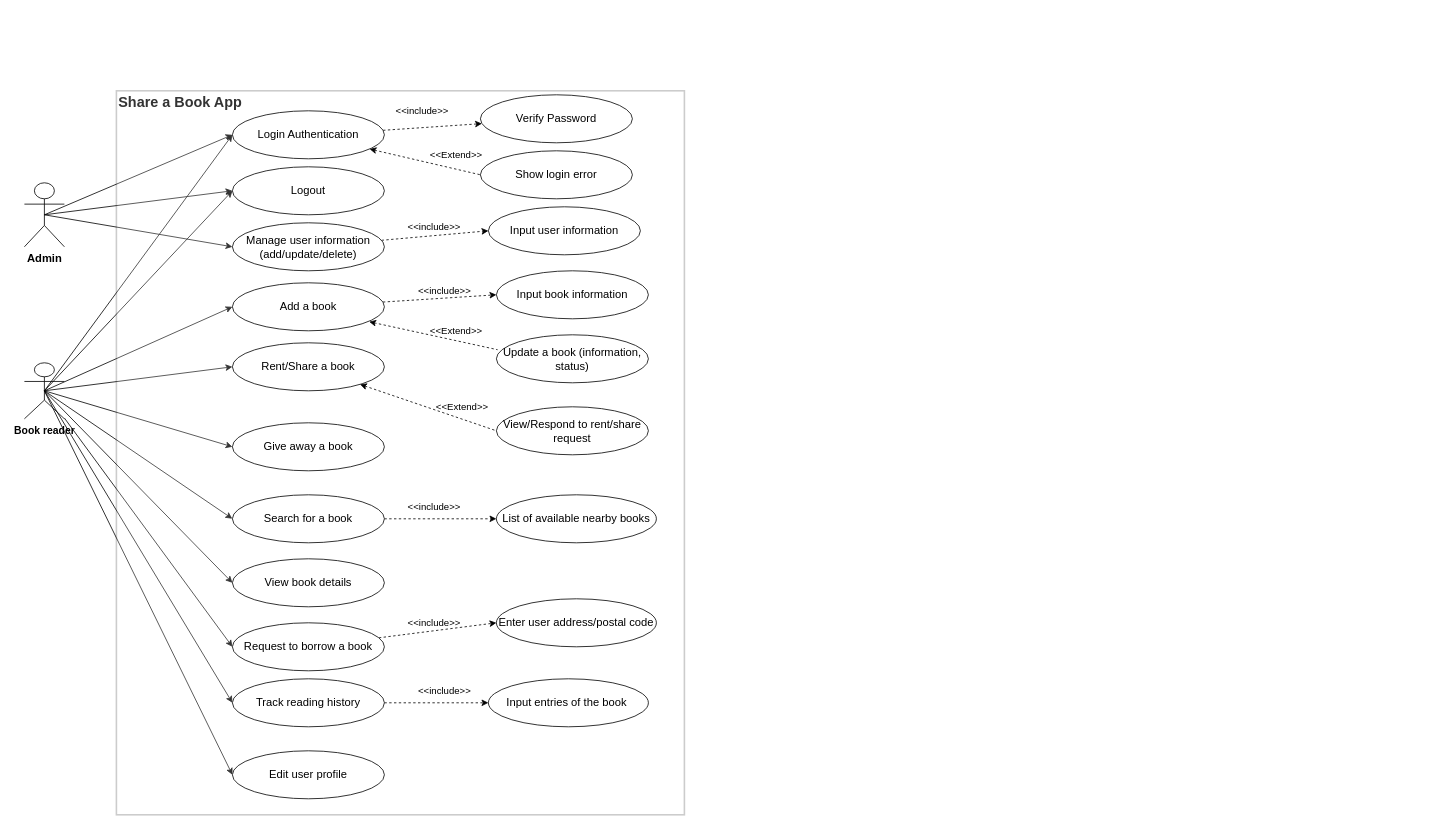
Minh-BuiQuang/CSIS3175TermProject keeps this draw.io diagram as BluePrint/UsecaseDiagram.drawio. Above is the earlier version. Source tidied: cells renumbered, new cells numbered last; positions are measured from the earlier drawing's top-left corner, leaving out a move shared by most shapes. Both pictures are drawn from the tidied source at 80%, with x=0, y=0 at pixel (24, 90).
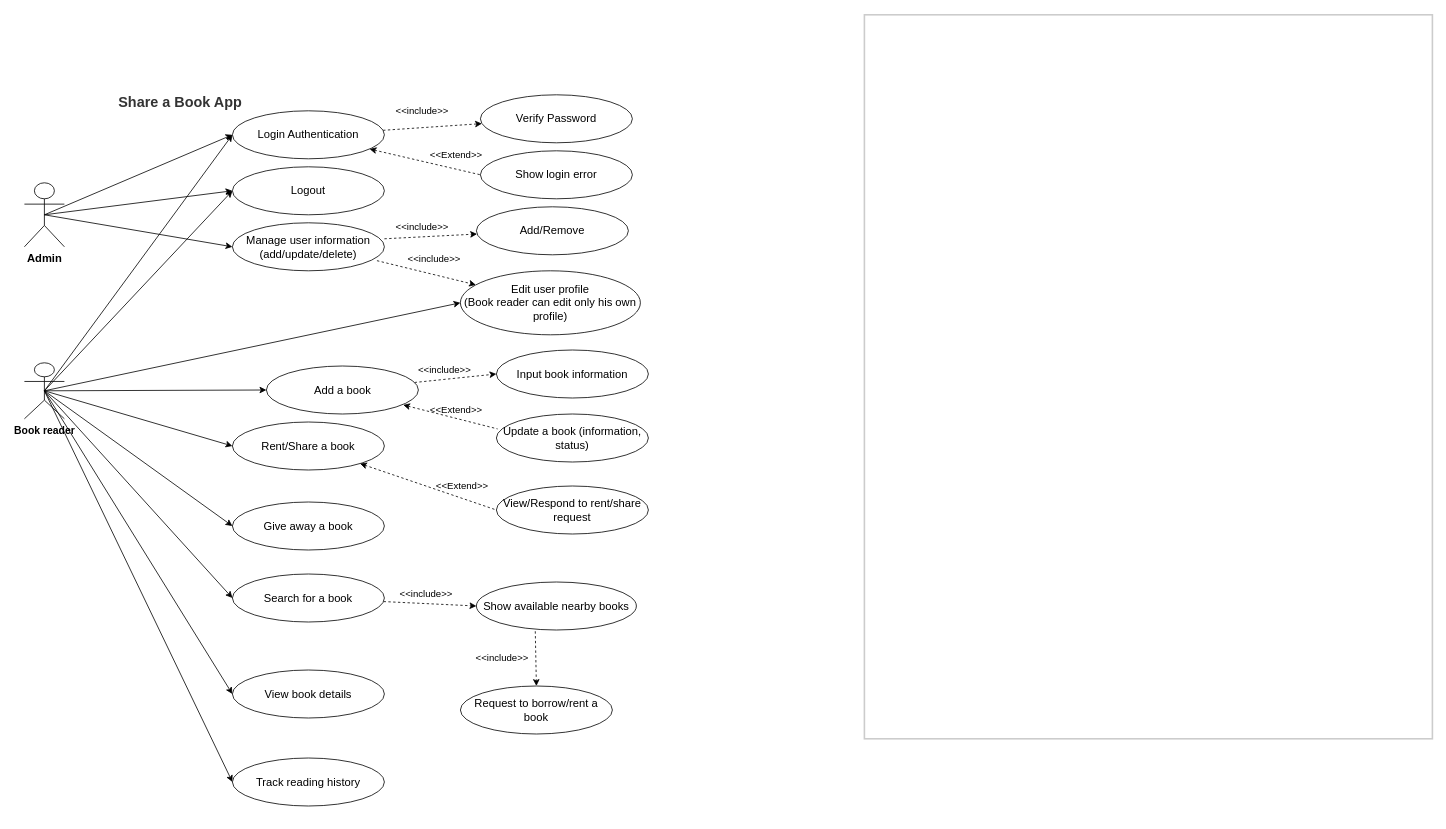
The same diagram, later.

Commit message:
Update usecase diagram

The change refers to these unchanged cells:
```xml
<mxCell id="16" value="Book reader" style="shape=umlActor;verticalLabelPosition=bottom;verticalAlign=top;html=1;outlineConnect=0;fontSize=13;fontStyle=1;" parent="1" vertex="1">
  <mxGeometry y="340" width="50" height="70" as="geometry" />
</mxCell>
<mxCell id="28" value="Manage user information (add/update/delete)" style="ellipse;whiteSpace=wrap;html=1;fontSize=14;" parent="1" vertex="1">
  <mxGeometry x="260" y="165" width="190" height="60" as="geometry" />
</mxCell>
```

What changed in the source:
```diff
@@
-    <mxCell id="9" style="edgeStyle=none;rounded=0;jettySize=auto;html=1;exitX=0.5;exitY=0.5;exitDx=0;exitDy=0;exitPerimeter=0;entryX=0.591;entryY=0.796;entryDx=0;entryDy=0;entryPerimeter=0;startArrow=none;startFill=0;endArrow=classic;endFill=1;" parent="1" edge="1" source="16" target="17">
+    <mxCell id="9" style="edgeStyle=none;rounded=0;jettySize=auto;html=1;exitX=0.5;exitY=0.5;exitDx=0;exitDy=0;exitPerimeter=0;entryX=0;entryY=0.5;entryDx=0;entryDy=0;startArrow=none;startFill=0;endArrow=classic;endFill=1;" parent="1" edge="1" source="16" target="31">
       <mxGeometry relative="1" as="geometry" />
     </mxCell>
@@
-    <mxCell id="11" style="edgeStyle=none;rounded=0;jettySize=auto;html=1;entryX=0;entryY=0.5;entryDx=0;entryDy=0;startArrow=none;startFill=0;endArrow=classic;endFill=1;" parent="1" edge="1" source="16" target="34">
-      <mxGeometry relative="1" as="geometry" />
-    </mxCell>
@@
     <mxCell id="17" style="rounded=0;whiteSpace=wrap;html=1;fontSize=14;direction=south;opacity=20;strokeWidth=2;" parent="1" vertex="1">
-      <mxGeometry x="115" width="710" height="905" as="geometry" />
+      <mxGeometry x="1050" y="-95" width="710" height="905" as="geometry" />
     </mxCell>
@@
     <mxCell id="23" value="Add a book" style="ellipse;whiteSpace=wrap;html=1;fontSize=14;" parent="1" vertex="1">
-      <mxGeometry x="260" y="240" width="190" height="60" as="geometry" />
+      <mxGeometry x="302.5" y="344" width="190" height="60" as="geometry" />
     </mxCell>
     <mxCell id="24" value="Update a book (information, status)" style="ellipse;whiteSpace=wrap;html=1;fontSize=14;" parent="1" vertex="1">
-      <mxGeometry x="590" y="305" width="190" height="60" as="geometry" />
+      <mxGeometry x="590" y="404" width="190" height="60" as="geometry" />
     </mxCell>
     <mxCell id="25" value="Rent/Share a book" style="ellipse;whiteSpace=wrap;html=1;fontSize=14;" parent="1" vertex="1">
-      <mxGeometry x="260" y="315" width="190" height="60" as="geometry" />
+      <mxGeometry x="260" y="414" width="190" height="60" as="geometry" />
     </mxCell>
     <mxCell id="26" value="Give away a book" style="ellipse;whiteSpace=wrap;html=1;fontSize=14;" parent="1" vertex="1">
-      <mxGeometry x="260" y="415" width="190" height="60" as="geometry" />
+      <mxGeometry x="260" y="514" width="190" height="60" as="geometry" />
     </mxCell>
-    <mxCell id="27" style="edgeStyle=none;rounded=0;jettySize=auto;html=1;entryX=0;entryY=0.5;entryDx=0;entryDy=0;dashed=1;startArrow=none;startFill=0;endArrow=classic;endFill=1;" parent="1" edge="1" source="28" target="51">
-      <mxGeometry relative="1" as="geometry" />
-    </mxCell>
+    <mxCell id="58" style="rounded=0;jettySize=auto;html=1;dashed=1;startArrow=none;exitX=0.951;exitY=0.789;exitDx=0;exitDy=0;exitPerimeter=0;" parent="1" edge="1" source="28" target="37">
+      <mxGeometry relative="1" as="geometry" />
+    </mxCell>
+    <mxCell id="59" style="edgeStyle=none;rounded=0;jettySize=auto;html=1;dashed=1;startArrow=none;exitX=1;exitY=0.333;exitDx=0;exitDy=0;exitPerimeter=0;" parent="1" edge="1" source="28" target="60">
+      <mxGeometry relative="1" as="geometry" />
+    </mxCell>
@@
     <mxCell id="29" value="View/Respond to rent/share request" style="ellipse;whiteSpace=wrap;html=1;fontSize=14;" parent="1" vertex="1">
-      <mxGeometry x="590" y="395" width="190" height="60" as="geometry" />
+      <mxGeometry x="590" y="494" width="190" height="60" as="geometry" />
     </mxCell>
@@
     <mxCell id="31" value="Search for a book" style="ellipse;whiteSpace=wrap;html=1;fontSize=14;" parent="1" vertex="1">
-      <mxGeometry x="260" y="505" width="190" height="60" as="geometry" />
+      <mxGeometry x="260" y="604" width="190" height="60" as="geometry" />
     </mxCell>
     <mxCell id="32" value="View book details" style="ellipse;whiteSpace=wrap;html=1;fontSize=14;" parent="1" vertex="1">
-      <mxGeometry x="260" y="585" width="190" height="60" as="geometry" />
+      <mxGeometry x="260" y="724" width="190" height="60" as="geometry" />
     </mxCell>
-    <mxCell id="33" style="edgeStyle=none;rounded=0;jettySize=auto;html=1;entryX=0;entryY=0.5;entryDx=0;entryDy=0;dashed=1;startArrow=none;startFill=0;endArrow=classic;endFill=1;" parent="1" edge="1" source="34" target="56">
-      <mxGeometry relative="1" as="geometry" />
-    </mxCell>
-    <mxCell id="34" value="Request to borrow a book" style="ellipse;whiteSpace=wrap;html=1;fontSize=14;" parent="1" vertex="1">
-      <mxGeometry x="260" y="665" width="190" height="60" as="geometry" />
+    <mxCell id="34" value="Request to borrow/rent a book" style="ellipse;whiteSpace=wrap;html=1;fontSize=14;" parent="1" vertex="1">
+      <mxGeometry x="545" y="744" width="190" height="60" as="geometry" />
     </mxCell>
-    <mxCell id="35" style="edgeStyle=none;rounded=0;jettySize=auto;html=1;dashed=1;startArrow=none;startFill=0;endArrow=classic;endFill=1;" parent="1" edge="1" source="36" target="53">
-      <mxGeometry relative="1" as="geometry" />
-    </mxCell>
     <mxCell id="36" value="Track reading history" style="ellipse;whiteSpace=wrap;html=1;fontSize=14;" parent="1" vertex="1">
-      <mxGeometry x="260" y="735" width="190" height="60" as="geometry" />
+      <mxGeometry x="260" y="834" width="190" height="60" as="geometry" />
     </mxCell>
-    <mxCell id="37" value="Edit user profile" style="ellipse;whiteSpace=wrap;html=1;fontSize=14;" parent="1" vertex="1">
-      <mxGeometry x="260" y="825" width="190" height="60" as="geometry" />
+    <mxCell id="37" value="Edit user profile&lt;br&gt;(Book reader can edit only his own profile)" style="ellipse;whiteSpace=wrap;html=1;fontSize=14;" parent="1" vertex="1">
+      <mxGeometry x="545" y="225" width="225" height="80" as="geometry" />
     </mxCell>
@@
     <mxCell id="43" value="Input book information" style="ellipse;whiteSpace=wrap;html=1;fontSize=14;" parent="1" vertex="1">
-      <mxGeometry x="590" y="225" width="190" height="60" as="geometry" />
+      <mxGeometry x="590" y="324" width="190" height="60" as="geometry" />
     </mxCell>
     <mxCell id="44" value="&amp;lt;&amp;lt;include&amp;gt;&amp;gt;" style="text;html=1;strokeColor=none;fillColor=none;align=center;verticalAlign=middle;whiteSpace=wrap;rounded=0;" parent="1" vertex="1">
-      <mxGeometry x="492.5" y="235" width="65" height="30" as="geometry" />
+      <mxGeometry x="492.5" y="334" width="65" height="30" as="geometry" />
     </mxCell>
     <mxCell id="45" value="&amp;lt;&amp;lt;Extend&amp;gt;&amp;gt;" style="text;html=1;strokeColor=none;fillColor=none;align=center;verticalAlign=middle;whiteSpace=wrap;rounded=0;" parent="1" vertex="1">
-      <mxGeometry x="500" y="285" width="80" height="30" as="geometry" />
+      <mxGeometry x="500" y="384" width="80" height="30" as="geometry" />
     </mxCell>
@@
     <mxCell id="47" value="&amp;lt;&amp;lt;Extend&amp;gt;&amp;gt;" style="text;html=1;strokeColor=none;fillColor=none;align=center;verticalAlign=middle;whiteSpace=wrap;rounded=0;" parent="1" vertex="1">
-      <mxGeometry x="515" y="380" width="65" height="30" as="geometry" />
+      <mxGeometry x="515" y="479" width="65" height="30" as="geometry" />
     </mxCell>
@@
-    <mxCell id="49" value="List of available nearby books" style="ellipse;whiteSpace=wrap;html=1;fontSize=14;" parent="1" vertex="1">
-      <mxGeometry x="590" y="505" width="200" height="60" as="geometry" />
+    <mxCell id="49" value="Show available nearby books" style="ellipse;whiteSpace=wrap;html=1;fontSize=14;" parent="1" vertex="1">
+      <mxGeometry x="565" y="614" width="200" height="60" as="geometry" />
     </mxCell>
     <mxCell id="50" value="&amp;lt;&amp;lt;include&amp;gt;&amp;gt;" style="text;html=1;strokeColor=none;fillColor=none;align=center;verticalAlign=middle;whiteSpace=wrap;rounded=0;" parent="1" vertex="1">
-      <mxGeometry x="480" y="505" width="65" height="30" as="geometry" />
+      <mxGeometry x="470" y="614" width="65" height="30" as="geometry" />
     </mxCell>
-    <mxCell id="51" value="Input user information" style="ellipse;whiteSpace=wrap;html=1;fontSize=14;" parent="1" vertex="1">
-      <mxGeometry x="580" y="145" width="190" height="60" as="geometry" />
-    </mxCell>
-    <mxCell id="52" value="&amp;lt;&amp;lt;include&amp;gt;&amp;gt;" style="text;html=1;strokeColor=none;fillColor=none;align=center;verticalAlign=middle;whiteSpace=wrap;rounded=0;" parent="1" vertex="1">
-      <mxGeometry x="480" y="155" width="65" height="30" as="geometry" />
-    </mxCell>
-    <mxCell id="53" value="Input entries of the book&amp;nbsp;" style="ellipse;whiteSpace=wrap;html=1;fontSize=14;" parent="1" vertex="1">
-      <mxGeometry x="580" y="735" width="200" height="60" as="geometry" />
-    </mxCell>
-    <mxCell id="54" value="&amp;lt;&amp;lt;include&amp;gt;&amp;gt;" style="text;html=1;strokeColor=none;fillColor=none;align=center;verticalAlign=middle;whiteSpace=wrap;rounded=0;" parent="1" vertex="1">
-      <mxGeometry x="492.5" y="735" width="65" height="30" as="geometry" />
-    </mxCell>
@@
-    <mxCell id="56" value="Enter user address/postal code" style="ellipse;whiteSpace=wrap;html=1;fontSize=14;" parent="1" vertex="1">
-      <mxGeometry x="590" y="635" width="200" height="60" as="geometry" />
-    </mxCell>
-    <mxCell id="57" value="&amp;lt;&amp;lt;include&amp;gt;&amp;gt;" style="text;html=1;strokeColor=none;fillColor=none;align=center;verticalAlign=middle;whiteSpace=wrap;rounded=0;" parent="1" vertex="1">
-      <mxGeometry x="480" y="650" width="65" height="30" as="geometry" />
-    </mxCell>
+    <mxCell id="60" value="Add/Remove" style="ellipse;whiteSpace=wrap;html=1;fontSize=14;" parent="1" vertex="1">
+      <mxGeometry x="565" y="145" width="190" height="60" as="geometry" />
+    </mxCell>
+    <mxCell id="61" value="&amp;lt;&amp;lt;include&amp;gt;&amp;gt;" style="text;html=1;strokeColor=none;fillColor=none;align=center;verticalAlign=middle;whiteSpace=wrap;rounded=0;" parent="1" vertex="1">
+      <mxGeometry x="480" y="195" width="65" height="30" as="geometry" />
+    </mxCell>
+    <mxCell id="62" style="edgeStyle=none;rounded=0;jettySize=auto;html=1;entryX=0.5;entryY=0;entryDx=0;entryDy=0;dashed=1;startArrow=none;startFill=0;endArrow=classic;endFill=1;exitX=0.368;exitY=1.026;exitDx=0;exitDy=0;exitPerimeter=0;" parent="1" edge="1" source="49" target="34">
+      <mxGeometry relative="1" as="geometry" />
+    </mxCell>
+    <mxCell id="63" value="&amp;lt;&amp;lt;include&amp;gt;&amp;gt;" style="text;html=1;strokeColor=none;fillColor=none;align=center;verticalAlign=middle;whiteSpace=wrap;rounded=0;" parent="1" vertex="1">
+      <mxGeometry x="565" y="694" width="65" height="30" as="geometry" />
+    </mxCell>
+    <mxCell id="64" value="&amp;lt;&amp;lt;include&amp;gt;&amp;gt;" style="text;html=1;strokeColor=none;fillColor=none;align=center;verticalAlign=middle;whiteSpace=wrap;rounded=0;" parent="1" vertex="1">
+      <mxGeometry x="465" y="155" width="65" height="30" as="geometry" />
+    </mxCell>
```
